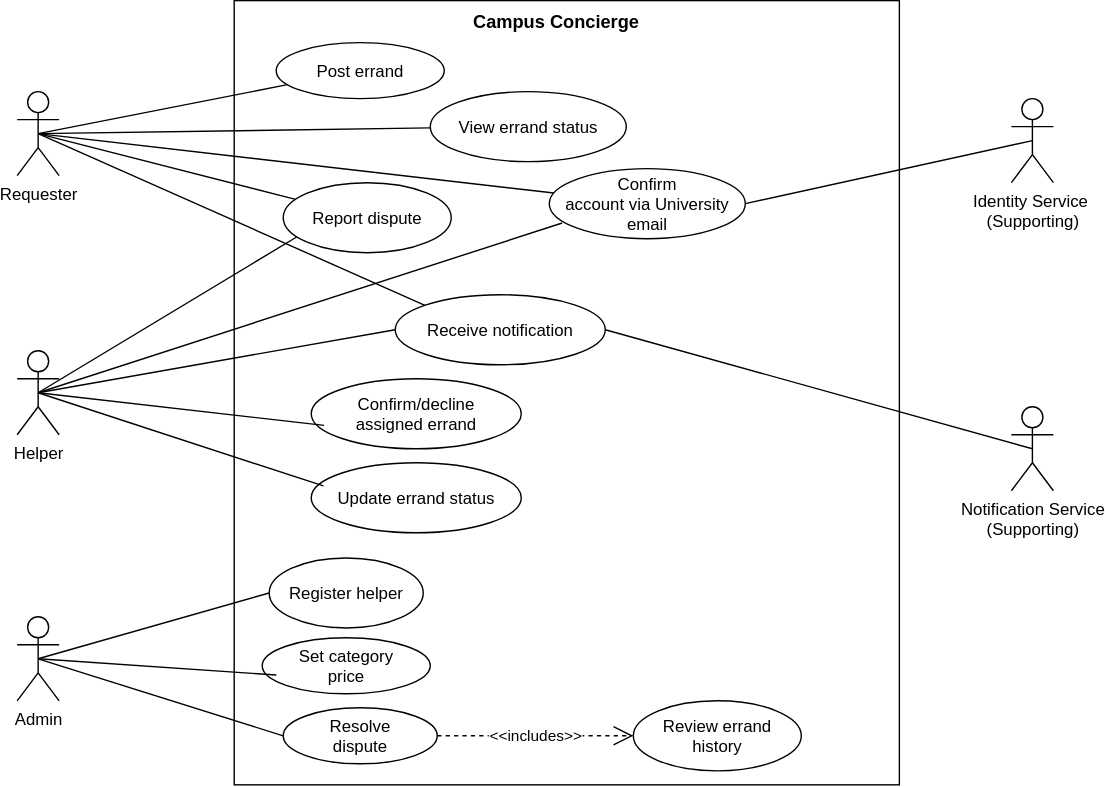
Before: models/use-cases/campus-concierge-use-cases.svg, a diagram exported from draw.io (kaelowadingalo1-sys/CampusConcierge-). Source tidied: cells renumbered, new cells last; positions are measured from the earlier drawing's top-left corner, leaving out a move shared by most shapes.
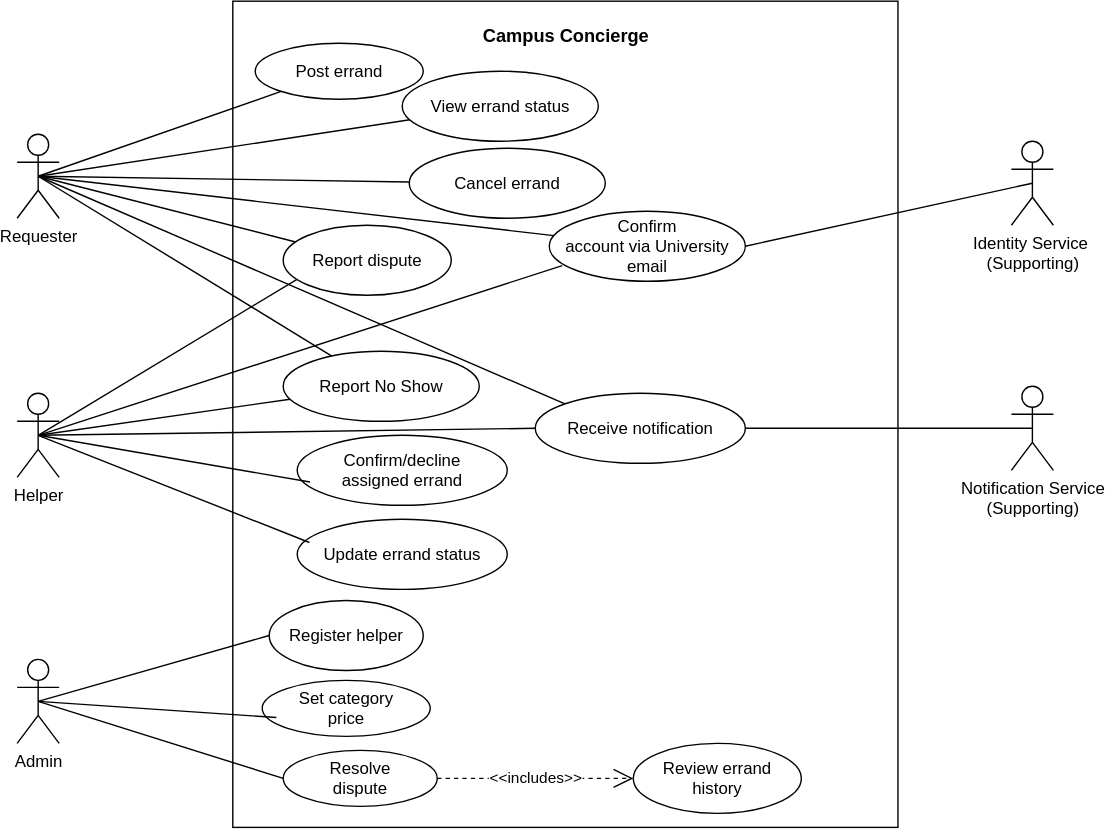
After the change.

Diff of the diagram source:
```diff
@@ -3,10 +3,10 @@
     <mxCell id="0" />
     <mxCell id="1" parent="0" />
     <mxCell id="2" style="whiteSpace=wrap;html=1;" parent="1" vertex="1">
-      <mxGeometry x="155" width="475" height="560" as="geometry" />
+      <mxGeometry x="154" y="-30" width="475" height="590" as="geometry" />
     </mxCell>
     <mxCell id="3" value="&lt;b&gt;&lt;font style=&quot;font-size: 13px;&quot;&gt;Campus Concierge&lt;/font&gt;&lt;/b&gt;" style="text;html=1;whiteSpace=wrap;strokeColor=none;fillColor=none;align=center;verticalAlign=middle;rounded=0;shadow=0;" parent="1" vertex="1">
-      <mxGeometry x="320" width="130" height="30" as="geometry" />
+      <mxGeometry x="327.5" y="-20" width="130" height="30" as="geometry" />
     </mxCell>
     <mxCell id="4" style="rounded=0;jettySize=auto;html=1;exitDx=0;exitDy=0;exitPerimeter=0;entryDx=0;entryDy=0;shape=wire;dashed=1;endArrow=none;endFill=0;exitX=0.5;exitY=0.5;" parent="1" edge="1" source="9" target="16">
       <mxGeometry relative="1" as="geometry" />
@@ -23,6 +23,12 @@
     <mxCell id="8" style="edgeStyle=none;shape=wire;rounded=0;jettySize=auto;html=1;exitX=0.5;exitY=0.5;exitDx=0;exitDy=0;exitPerimeter=0;dashed=1;strokeColor=default;align=center;verticalAlign=middle;fontFamily=Helvetica;fontSize=11;fontColor=default;labelBackgroundColor=default;endArrow=none;endFill=0;entryX=0;entryY=0;entryDx=0;entryDy=0;" parent="1" edge="1" source="9" target="27">
       <mxGeometry relative="1" as="geometry" />
     </mxCell>
+    <mxCell id="36" style="edgeStyle=none;shape=wire;rounded=0;jettySize=auto;html=1;exitX=0.5;exitY=0.5;exitDx=0;exitDy=0;exitPerimeter=0;dashed=1;strokeColor=default;align=center;verticalAlign=middle;fontFamily=Helvetica;fontSize=11;fontColor=default;labelBackgroundColor=default;endArrow=none;endFill=0;" parent="1" edge="1" source="9" target="39">
+      <mxGeometry relative="1" as="geometry" />
+    </mxCell>
+    <mxCell id="37" style="edgeStyle=none;shape=wire;rounded=0;jettySize=auto;html=1;exitX=0.5;exitY=0.5;exitDx=0;exitDy=0;exitPerimeter=0;dashed=1;strokeColor=default;align=center;verticalAlign=middle;fontFamily=Helvetica;fontSize=11;fontColor=default;labelBackgroundColor=default;endArrow=none;endFill=0;" parent="1" edge="1" source="9" target="40">
+      <mxGeometry relative="1" as="geometry" />
+    </mxCell>
     <mxCell id="9" value="Requester" style="shape=umlActor;verticalLabelPosition=bottom;verticalAlign=top;html=1;outlineConnect=0;" parent="1" vertex="1">
       <mxGeometry y="65" width="30" height="60" as="geometry" />
     </mxCell>
@@ -32,6 +38,9 @@
     <mxCell id="11" style="edgeStyle=none;shape=wire;rounded=0;jettySize=auto;html=1;exitX=0.5;exitY=0.5;exitDx=0;exitDy=0;exitPerimeter=0;dashed=1;strokeColor=default;align=center;verticalAlign=middle;fontFamily=Helvetica;fontSize=11;fontColor=default;labelBackgroundColor=default;endArrow=none;endFill=0;entryX=0;entryY=0.5;entryDx=0;entryDy=0;" parent="1" edge="1" source="12" target="27">
       <mxGeometry relative="1" as="geometry" />
     </mxCell>
+    <mxCell id="38" style="edgeStyle=none;shape=wire;rounded=0;jettySize=auto;html=1;exitX=0.5;exitY=0.5;exitDx=0;exitDy=0;exitPerimeter=0;dashed=1;strokeColor=default;align=center;verticalAlign=middle;fontFamily=Helvetica;fontSize=11;fontColor=default;labelBackgroundColor=default;endArrow=none;endFill=0;" parent="1" edge="1" source="12" target="40">
+      <mxGeometry relative="1" as="geometry" />
+    </mxCell>
     <mxCell id="12" value="Helper" style="shape=umlActor;verticalLabelPosition=bottom;verticalAlign=top;html=1;outlineConnect=0;" parent="1" vertex="1">
       <mxGeometry y="250" width="30" height="60" as="geometry" />
     </mxCell>
@@ -45,22 +54,22 @@
       <mxGeometry y="440" width="30" height="60" as="geometry" />
     </mxCell>
     <mxCell id="16" value="Post errand" style="ellipse;whiteSpace=wrap;html=1;shapeInside=1;" parent="1" vertex="1">
-      <mxGeometry x="185" y="30" width="120" height="40" as="geometry" />
+      <mxGeometry x="170" width="120" height="40" as="geometry" />
     </mxCell>
     <mxCell id="17" value="Confirm/decline assigned errand" style="ellipse;whiteSpace=wrap;html=1;shapeInside=1;" parent="1" vertex="1">
-      <mxGeometry x="210" y="270" width="150" height="50" as="geometry" />
+      <mxGeometry x="200" y="280" width="150" height="50" as="geometry" />
     </mxCell>
     <mxCell id="18" value="Report dispute" style="ellipse;whiteSpace=wrap;html=1;shapeInside=1;" parent="1" vertex="1">
       <mxGeometry x="190" y="130" width="120" height="50" as="geometry" />
     </mxCell>
     <mxCell id="19" value="View errand status" style="ellipse;whiteSpace=wrap;html=1;shapeInside=1;" parent="1" vertex="1">
-      <mxGeometry x="295" y="65" width="140" height="50" as="geometry" />
+      <mxGeometry x="275" y="20" width="140" height="50" as="geometry" />
     </mxCell>
     <mxCell id="20" value="Resolve dispute" style="ellipse;whiteSpace=wrap;html=1;shapeInside=1;" parent="1" vertex="1">
       <mxGeometry x="190" y="505" width="110" height="40" as="geometry" />
     </mxCell>
     <mxCell id="21" value="Update errand status" style="ellipse;whiteSpace=wrap;html=1;shapeInside=1;" parent="1" vertex="1">
-      <mxGeometry x="210" y="330" width="150" height="50" as="geometry" />
+      <mxGeometry x="200" y="340" width="150" height="50" as="geometry" />
     </mxCell>
     <mxCell id="22" value="Register helper" style="ellipse;whiteSpace=wrap;html=1;shapeInside=1;" parent="1" vertex="1">
       <mxGeometry x="180" y="398" width="110" height="50" as="geometry" />
@@ -78,7 +87,7 @@
       <mxGeometry relative="1" as="geometry" />
     </mxCell>
     <mxCell id="27" value="Receive notification" style="ellipse;whiteSpace=wrap;html=1;shapeInside=1;" parent="1" vertex="1">
-      <mxGeometry x="270" y="210" width="150" height="50" as="geometry" />
+      <mxGeometry x="370" y="250" width="150" height="50" as="geometry" />
     </mxCell>
     <mxCell id="28" style="edgeStyle=none;shape=wire;rounded=0;jettySize=auto;html=1;exitX=0.5;exitY=0.5;exitDx=0;exitDy=0;exitPerimeter=0;entryX=0.058;entryY=0.331;entryDx=0;entryDy=0;entryPerimeter=0;dashed=1;strokeColor=default;align=center;verticalAlign=middle;fontFamily=Helvetica;fontSize=11;fontColor=default;labelBackgroundColor=default;endArrow=none;endFill=0;" parent="1" edge="1" source="12" target="21">
       <mxGeometry relative="1" as="geometry" />
@@ -93,7 +102,7 @@
       <mxGeometry relative="1" as="geometry" />
     </mxCell>
     <mxCell id="32" value="Notification Service&lt;div&gt;(Supporting)&lt;/div&gt;" style="shape=umlActor;verticalLabelPosition=bottom;verticalAlign=top;html=1;outlineConnect=0;" parent="1" vertex="1">
-      <mxGeometry x="710" y="290" width="30" height="60" as="geometry" />
+      <mxGeometry x="710" y="245" width="30" height="60" as="geometry" />
     </mxCell>
     <mxCell id="33" value="Identity Service&amp;nbsp;&lt;div&gt;(Supporting)&lt;/div&gt;" style="shape=umlActor;verticalLabelPosition=bottom;verticalAlign=top;html=1;outlineConnect=0;" parent="1" vertex="1">
       <mxGeometry x="710" y="70" width="30" height="60" as="geometry" />
@@ -104,5 +113,11 @@
     <mxCell id="35" style="edgeStyle=none;shape=wire;rounded=0;jettySize=auto;html=1;exitX=1;exitY=0.5;exitDx=0;exitDy=0;entryX=0.5;entryY=0.5;entryDx=0;entryDy=0;entryPerimeter=0;dashed=1;strokeColor=default;align=center;verticalAlign=middle;fontFamily=Helvetica;fontSize=11;fontColor=default;labelBackgroundColor=default;endArrow=none;endFill=0;" parent="1" edge="1" source="27" target="32">
       <mxGeometry relative="1" as="geometry" />
     </mxCell>
+    <mxCell id="39" value="Cancel errand" style="ellipse;whiteSpace=wrap;html=1;shapeInside=1;" parent="1" vertex="1">
+      <mxGeometry x="280" y="75" width="140" height="50" as="geometry" />
+    </mxCell>
+    <mxCell id="40" value="Report No Show" style="ellipse;whiteSpace=wrap;html=1;shapeInside=1;" parent="1" vertex="1">
+      <mxGeometry x="190" y="220" width="140" height="50" as="geometry" />
+    </mxCell>
   </root>
 </mxGraphModel>
```
